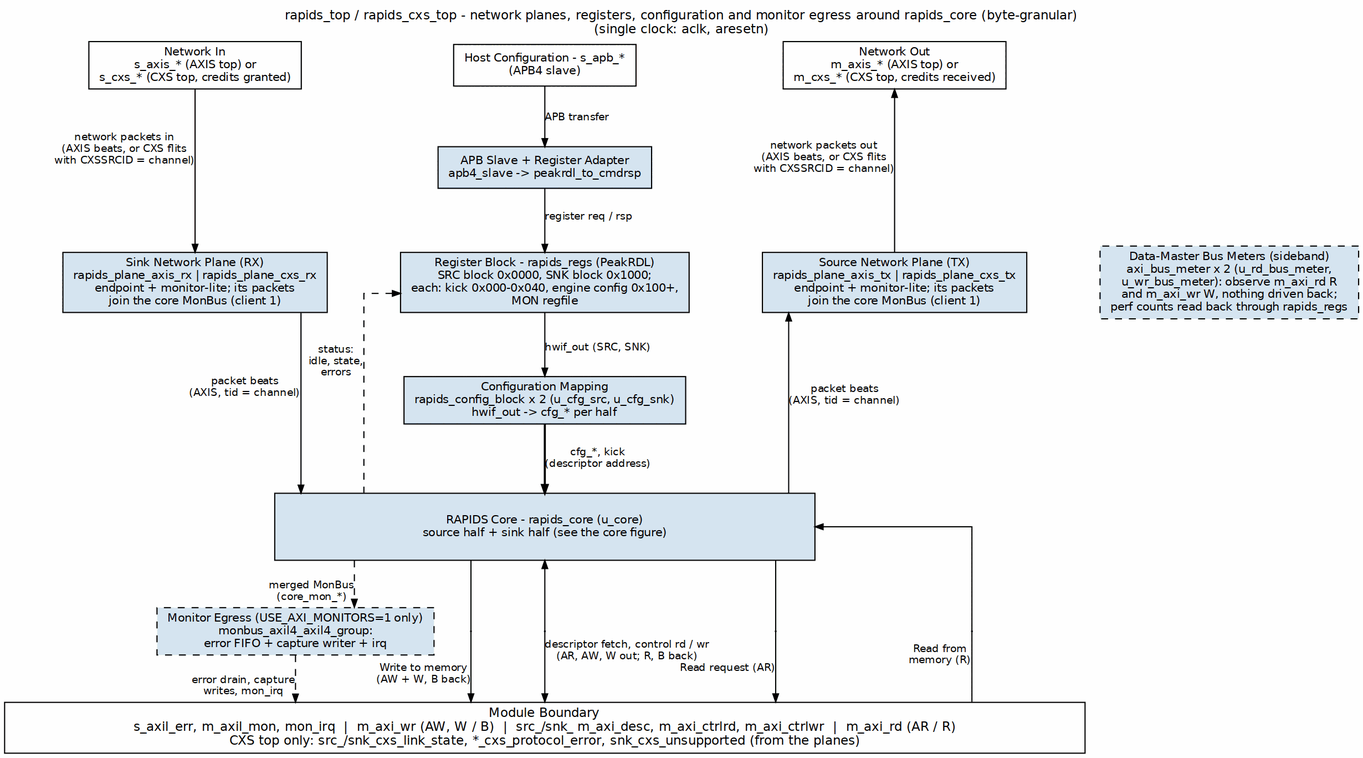
The Graphviz diagram projects/components/dma-ip/rapids/docs/rapids_mas/assets/graphviz/10_rapids_top.png in sean-galloway/RTLDesignSherpa, before a commit. Its source is kept beside it as projects/components/dma-ip/rapids/docs/rapids_mas/assets/graphviz/10_rapids_top.dot.
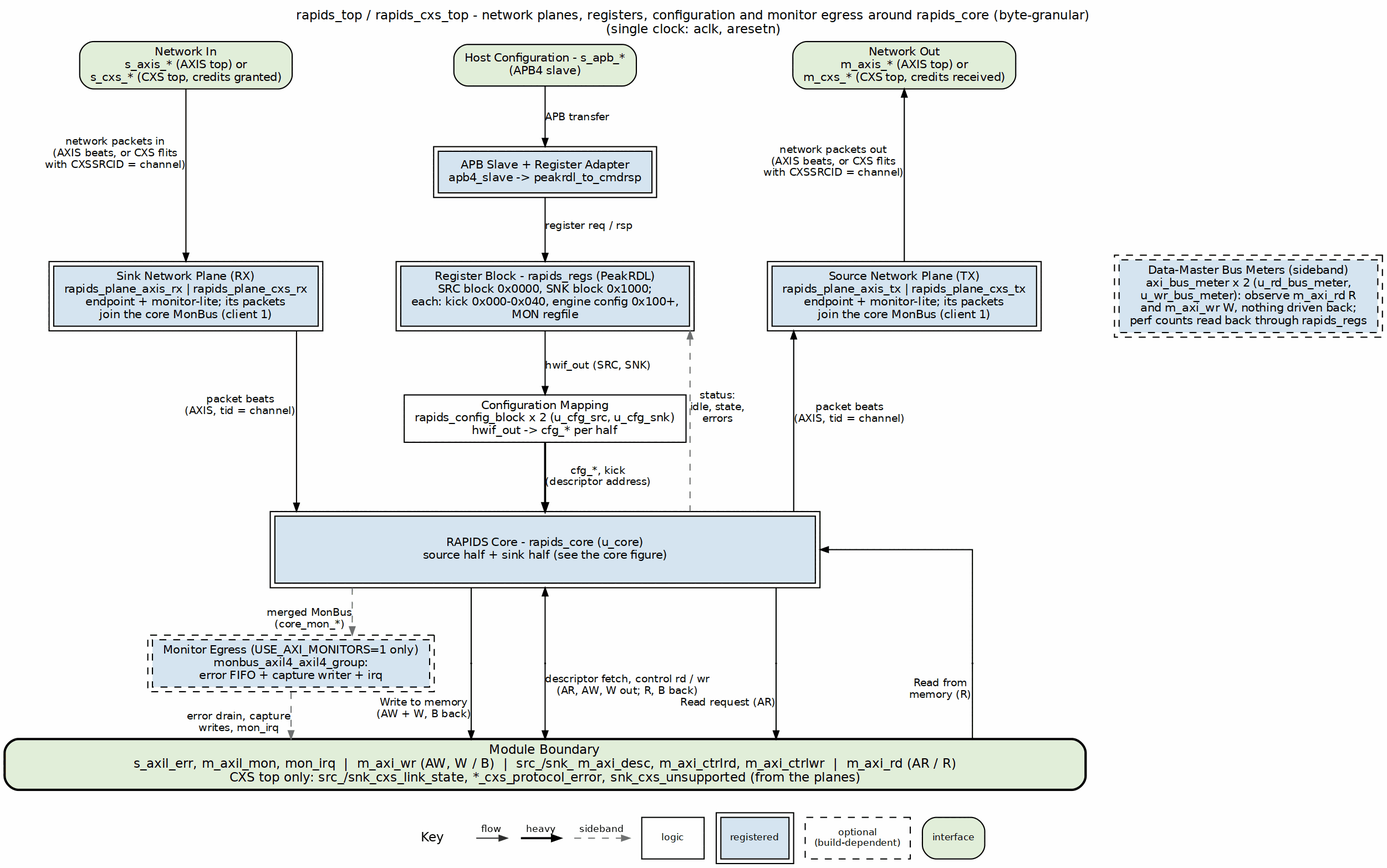
After the commit.

Change to the diagram source:
```diff
@@ -4,24 +4,24 @@
            label="rapids_top / rapids_cxs_top - network planes, registers, configuration and monitor egress around rapids_core (byte-granular)\n(single clock: aclk, aresetn)",
            labelloc=t, labeljust=c];
     node  [fontname="Helvetica", fontsize=10, shape=box, style=filled,
-           fillcolor="#D6E4F0", color="black", margin="0.12,0.06"];
+           fillcolor="white", color="black", margin="0.12,0.06"];
     edge  [fontname="Helvetica", fontsize=9, color="black", arrowsize=0.7];
 
-    s_axis [label="Network In\ns_axis_* (AXIS top) or\ns_cxs_* (CXS top, credits granted)", fillcolor="white", group=L];
-    s_apb  [label="Host Configuration - s_apb_*\n(APB4 slave)", fillcolor="white", group=C];
-    m_axis [label="Network Out\nm_axis_* (AXIS top) or\nm_cxs_* (CXS top, credits received)", fillcolor="white", group=R];
+    s_axis [label="Network In\ns_axis_* (AXIS top) or\ns_cxs_* (CXS top, credits granted)", fillcolor="white", group=L, style="rounded,filled", fillcolor="#E2EFDA"];
+    s_apb  [label="Host Configuration - s_apb_*\n(APB4 slave)", fillcolor="white", group=C, style="rounded,filled", fillcolor="#E2EFDA"];
+    m_axis [label="Network Out\nm_axis_* (AXIS top) or\nm_cxs_* (CXS top, credits received)", fillcolor="white", group=R, style="rounded,filled", fillcolor="#E2EFDA"];
 
-    plane_rx [label="Sink Network Plane (RX)\nrapids_plane_axis_rx | rapids_plane_cxs_rx\nendpoint + monitor-lite; its packets\njoin the core MonBus (client 1)", group=L];
-    plane_tx [label="Source Network Plane (TX)\nrapids_plane_axis_tx | rapids_plane_cxs_tx\nendpoint + monitor-lite; its packets\njoin the core MonBus (client 1)", group=R];
-    apb    [label="APB Slave + Register Adapter\napb4_slave -> peakrdl_to_cmdrsp", group=C];
-    regs   [label="Register Block - rapids_regs (PeakRDL)\nSRC block 0x0000, SNK block 0x1000;\neach: kick 0x000-0x040, engine config 0x100+,\nMON regfile", group=C];
-    meters [label="Data-Master Bus Meters (sideband)\naxi_bus_meter x 2 (u_rd_bus_meter,\nu_wr_bus_meter): observe m_axi_rd R\nand m_axi_wr W, nothing driven back;\nperf counts read back through rapids_regs", style="filled,dashed"];
-    cfg    [label="Configuration Mapping\nrapids_config_block x 2 (u_cfg_src, u_cfg_snk)\nhwif_out -> cfg_* per half", group=C];
-    core   [label="RAPIDS Core - rapids_core (u_core)\nsource half + sink half (see the core figure)", width=6.5, height=0.8, group=C];
-    mon    [label="Monitor Egress (USE_AXI_MONITORS=1 only)\nmonbus_axil4_axil4_group:\nerror FIFO + capture writer + irq", style="filled,dashed"];
+    plane_rx [label="Sink Network Plane (RX)\nrapids_plane_axis_rx | rapids_plane_cxs_rx\nendpoint + monitor-lite; its packets\njoin the core MonBus (client 1)", group=L, peripheries=2, style="filled", fillcolor="#D6E4F0"];
+    plane_tx [label="Source Network Plane (TX)\nrapids_plane_axis_tx | rapids_plane_cxs_tx\nendpoint + monitor-lite; its packets\njoin the core MonBus (client 1)", group=R, peripheries=2, style="filled", fillcolor="#D6E4F0"];
+    apb    [label="APB Slave + Register Adapter\napb4_slave -> peakrdl_to_cmdrsp", group=C, peripheries=2, style="filled", fillcolor="#D6E4F0"];
+    regs   [label="Register Block - rapids_regs (PeakRDL)\nSRC block 0x0000, SNK block 0x1000;\neach: kick 0x000-0x040, engine config 0x100+,\nMON regfile", group=C, peripheries=2, style="filled", fillcolor="#D6E4F0"];
+    meters [label="Data-Master Bus Meters (sideband)\naxi_bus_meter x 2 (u_rd_bus_meter,\nu_wr_bus_meter): observe m_axi_rd R\nand m_axi_wr W, nothing driven back;\nperf counts read back through rapids_regs", style="filled,dashed", peripheries=2, style="filled,dashed", fillcolor="#D6E4F0"];
+    cfg    [label="Configuration Mapping\nrapids_config_block x 2 (u_cfg_src, u_cfg_snk)\nhwif_out -> cfg_* per half", group=C, style="filled", fillcolor="white"];
+    core   [label="RAPIDS Core - rapids_core (u_core)\nsource half + sink half (see the core figure)", width=6.5, height=0.8, group=C, peripheries=2, style="filled", fillcolor="#D6E4F0"];
+    mon    [label="Monitor Egress (USE_AXI_MONITORS=1 only)\nmonbus_axil4_axil4_group:\nerror FIFO + capture writer + irq", style="filled,dashed", peripheries=2, style="filled,dashed", fillcolor="#D6E4F0"];
 
     bar [label="Module Boundary\ns_axil_err, m_axil_mon, mon_irq  |  m_axi_wr (AW, W / B)  |  src_/snk_ m_axi_desc, m_axi_ctrlrd, m_axi_ctrlwr  |  m_axi_rd (AR / R)\nCXS top only: src_/snk_cxs_link_state, *_cxs_protocol_error, snk_cxs_unsupported (from the planes)",
-         fillcolor="white", width=13.0, fontsize=11, group=C];
+         fillcolor="white", width=13.0, fontsize=11, group=C, style="rounded,filled,bold", fillcolor="#E2EFDA"];
 
     s_apb -> apb  [label="APB transfer"];
     apb   -> regs [label="register req / rsp"];
@@ -33,9 +33,9 @@
     m_axis   -> plane_tx [dir=back, xlabel="network packets out\n(AXIS beats, or CXS flits\nwith CXSSRCID = channel)"];
     plane_tx -> core     [dir=back, xlabel="packet beats\n(AXIS, tid = channel)"];
 
-    regs -> core [dir=back, style=dashed, constraint=false, xlabel="status:\nidle, state,\nerrors"];
+    regs -> core [dir=back, style=dashed, color="#777777", constraint=false, xlabel="status:\nidle, state,\nerrors"];
 
-    core -> mon [style=dashed, xlabel="merged MonBus\n(core_mon_*)"];
+    core -> mon [style=dashed, color="#777777", xlabel="merged MonBus\n(core_mon_*)"];
 
     p_wr  [shape=point, width=0.01, group=L];
     p_ctl [shape=point, width=0.01, group=C];
@@ -54,7 +54,7 @@
     p_ar -> bar   [xlabel="Read request (AR)", tailclip=false];
     core -> p_r   [dir=back, headclip=false];
     p_r  -> bar   [dir=none, xlabel="Read from\nmemory (R)", tailclip=false];
-    mon  -> bar   [style=dashed, xlabel="error drain, capture\nwrites, mon_irq"];
+    mon  -> bar   [style=dashed, color="#777777", xlabel="error drain, capture\nwrites, mon_irq"];
 
     { rank=same; s_axis; s_apb; m_axis; }
     s_axis -> s_apb -> m_axis [style=invis];
```
